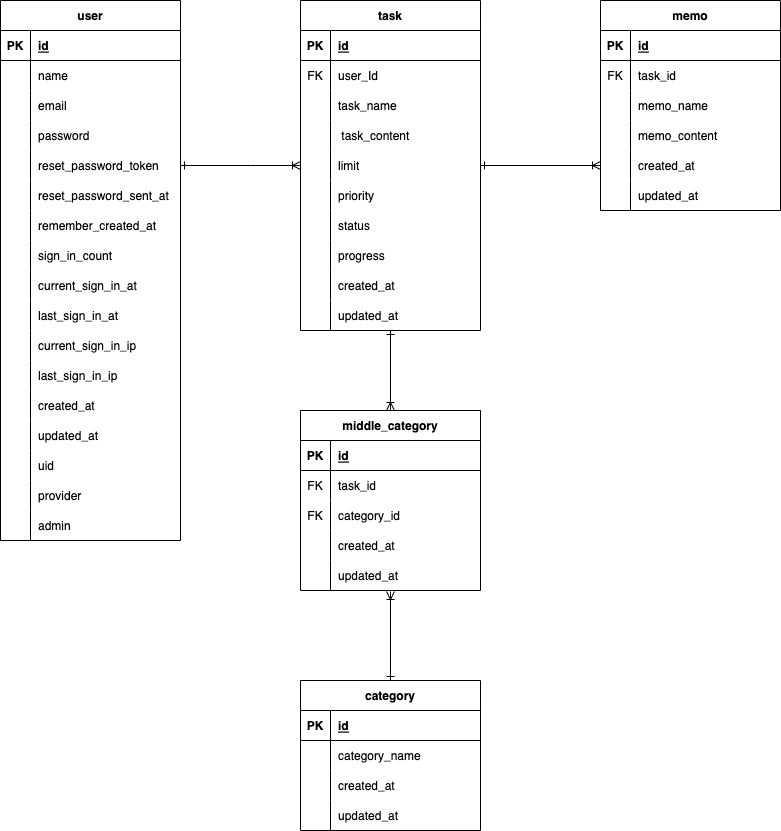
Earlier version of the draw.io export ER図.png (tomoki4321/okan_task). Source tidied: cells renumbered, new cells last; positions are measured from the earlier drawing's top-left corner, leaving out a move shared by most shapes.
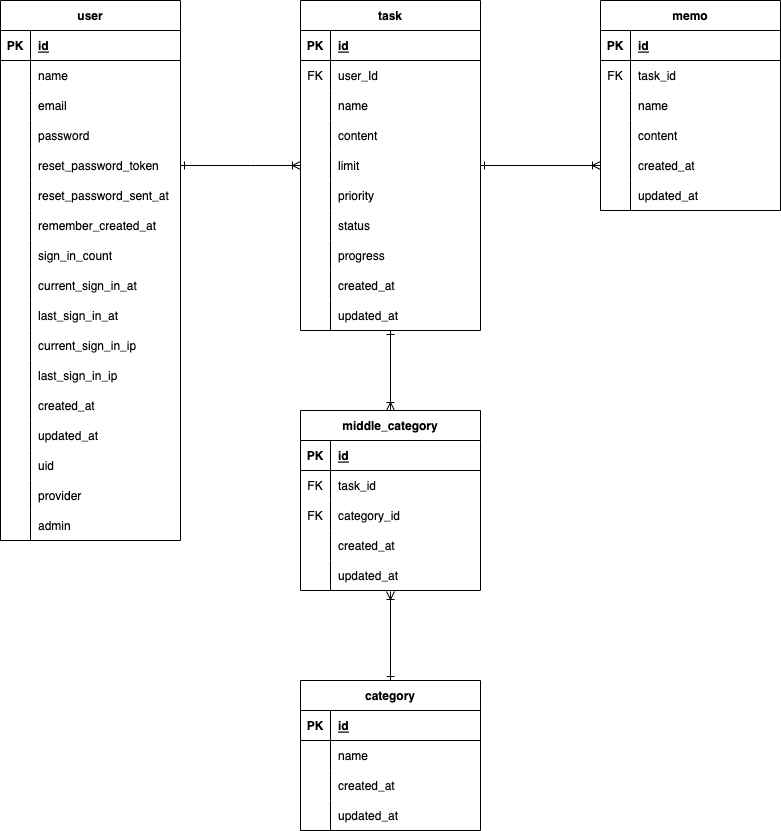
The same file after the commit.

Commit message:
２回目のER図修正

Diff of the diagram source:
```diff
@@ -188,7 +188,7 @@
     <mxCell id="63" style="shape=partialRectangle;fillColor=none;top=0;left=0;bottom=0;right=0;overflow=hidden;" parent="62" vertex="1">
       <mxGeometry width="30" height="30" as="geometry" />
     </mxCell>
-    <mxCell id="64" value="task_name" style="shape=partialRectangle;fillColor=none;top=0;left=0;bottom=0;right=0;align=left;spacingLeft=6;overflow=hidden;" parent="62" vertex="1">
+    <mxCell id="64" value="name" style="shape=partialRectangle;fillColor=none;top=0;left=0;bottom=0;right=0;align=left;spacingLeft=6;overflow=hidden;" parent="62" vertex="1">
       <mxGeometry x="30" width="150" height="30" as="geometry" />
     </mxCell>
     <mxCell id="65" style="shape=tableRow;horizontal=0;startSize=0;swimlaneHead=0;swimlaneBody=0;fillColor=none;top=0;left=0;right=0;bottom=0;" parent="55" vertex="1">
@@ -197,7 +197,7 @@
     <mxCell id="66" style="shape=partialRectangle;fillColor=none;top=0;left=0;bottom=0;right=0;overflow=hidden;" parent="65" vertex="1">
       <mxGeometry width="30" height="30" as="geometry" />
     </mxCell>
-    <mxCell id="67" value=" task_content" style="shape=partialRectangle;fillColor=none;top=0;left=0;bottom=0;right=0;align=left;spacingLeft=6;overflow=hidden;" parent="65" vertex="1">
+    <mxCell id="67" value="content" style="shape=partialRectangle;fillColor=none;top=0;left=0;bottom=0;right=0;align=left;spacingLeft=6;overflow=hidden;" parent="65" vertex="1">
       <mxGeometry x="30" width="150" height="30" as="geometry" />
     </mxCell>
     <mxCell id="68" style="shape=tableRow;horizontal=0;startSize=0;swimlaneHead=0;swimlaneBody=0;fillColor=none;points=[[0,0.5],[1,0.5]];portConstraint=eastwest;top=0;left=0;right=0;bottom=0;" parent="55" vertex="1">
@@ -281,7 +281,7 @@
     <mxCell id="94" style="shape=partialRectangle;fillColor=none;top=0;left=0;bottom=0;right=0;overflow=hidden;" parent="93" vertex="1">
       <mxGeometry width="30" height="30" as="geometry" />
     </mxCell>
-    <mxCell id="95" value="memo_name" style="shape=partialRectangle;fillColor=none;top=0;left=0;bottom=0;right=0;align=left;spacingLeft=6;overflow=hidden;" parent="93" vertex="1">
+    <mxCell id="95" value="name" style="shape=partialRectangle;fillColor=none;top=0;left=0;bottom=0;right=0;align=left;spacingLeft=6;overflow=hidden;" parent="93" vertex="1">
       <mxGeometry x="30" width="150" height="30" as="geometry" />
     </mxCell>
     <mxCell id="96" style="shape=tableRow;horizontal=0;startSize=0;swimlaneHead=0;swimlaneBody=0;fillColor=none;top=0;left=0;right=0;bottom=0;" parent="86" vertex="1">
@@ -290,7 +290,7 @@
     <mxCell id="97" style="shape=partialRectangle;fillColor=none;top=0;left=0;bottom=0;right=0;overflow=hidden;" parent="96" vertex="1">
       <mxGeometry width="30" height="30" as="geometry" />
     </mxCell>
-    <mxCell id="98" value="memo_content" style="shape=partialRectangle;fillColor=none;top=0;left=0;bottom=0;right=0;align=left;spacingLeft=6;overflow=hidden;" parent="96" vertex="1">
+    <mxCell id="98" value="content" style="shape=partialRectangle;fillColor=none;top=0;left=0;bottom=0;right=0;align=left;spacingLeft=6;overflow=hidden;" parent="96" vertex="1">
       <mxGeometry x="30" width="150" height="30" as="geometry" />
     </mxCell>
     <mxCell id="99" style="shape=tableRow;horizontal=0;startSize=0;swimlaneHead=0;swimlaneBody=0;fillColor=none;points=[[0,0.5],[1,0.5]];portConstraint=eastwest;top=0;left=0;right=0;bottom=0;" parent="86" vertex="1">
@@ -380,7 +380,7 @@
     <mxCell id="127" style="shape=partialRectangle;fillColor=none;top=0;left=0;bottom=0;right=0;overflow=hidden;" parent="126" vertex="1">
       <mxGeometry width="30" height="30" as="geometry" />
     </mxCell>
-    <mxCell id="128" value="category_name" style="shape=partialRectangle;fillColor=none;top=0;left=0;bottom=0;right=0;align=left;spacingLeft=6;overflow=hidden;" parent="126" vertex="1">
+    <mxCell id="128" value="name" style="shape=partialRectangle;fillColor=none;top=0;left=0;bottom=0;right=0;align=left;spacingLeft=6;overflow=hidden;" parent="126" vertex="1">
       <mxGeometry x="30" width="150" height="30" as="geometry" />
     </mxCell>
     <mxCell id="129" style="shape=tableRow;horizontal=0;startSize=0;swimlaneHead=0;swimlaneBody=0;fillColor=none;top=0;left=0;right=0;bottom=0;" parent="122" vertex="1">
```
